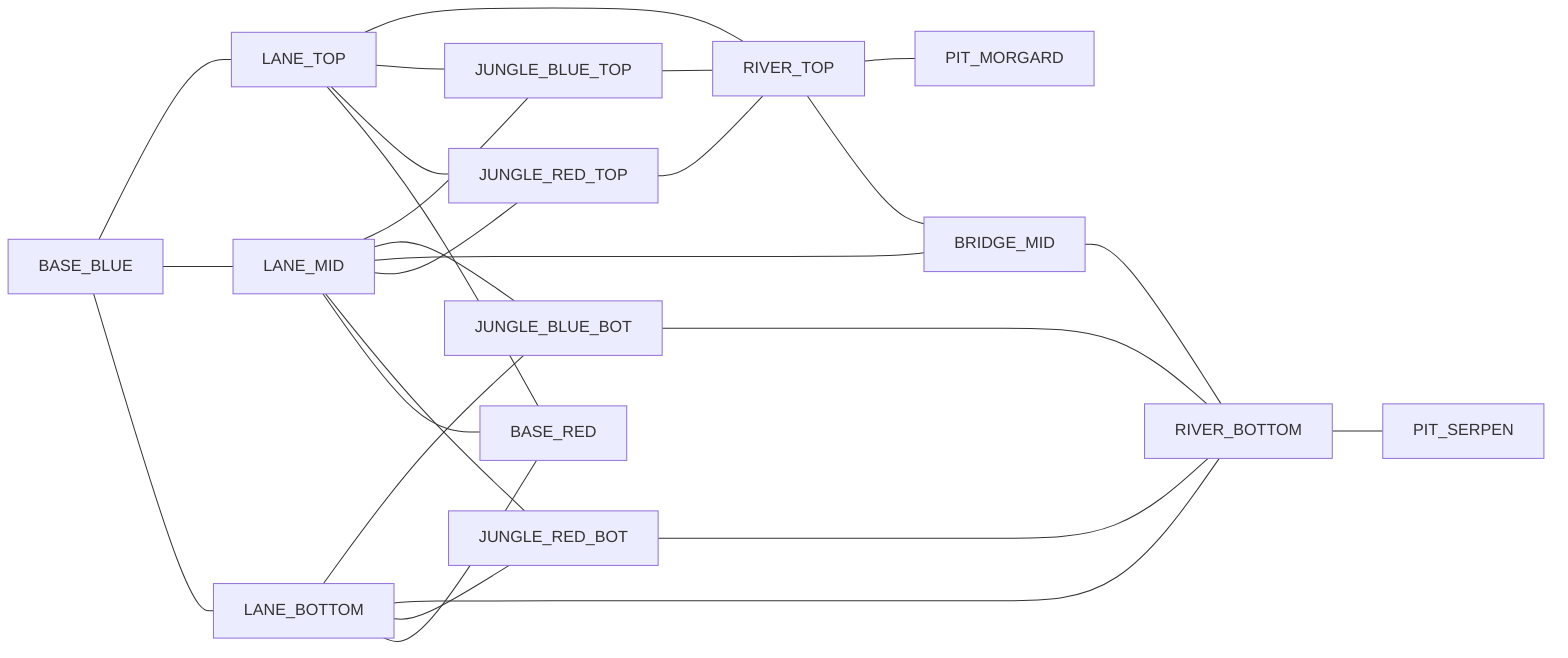
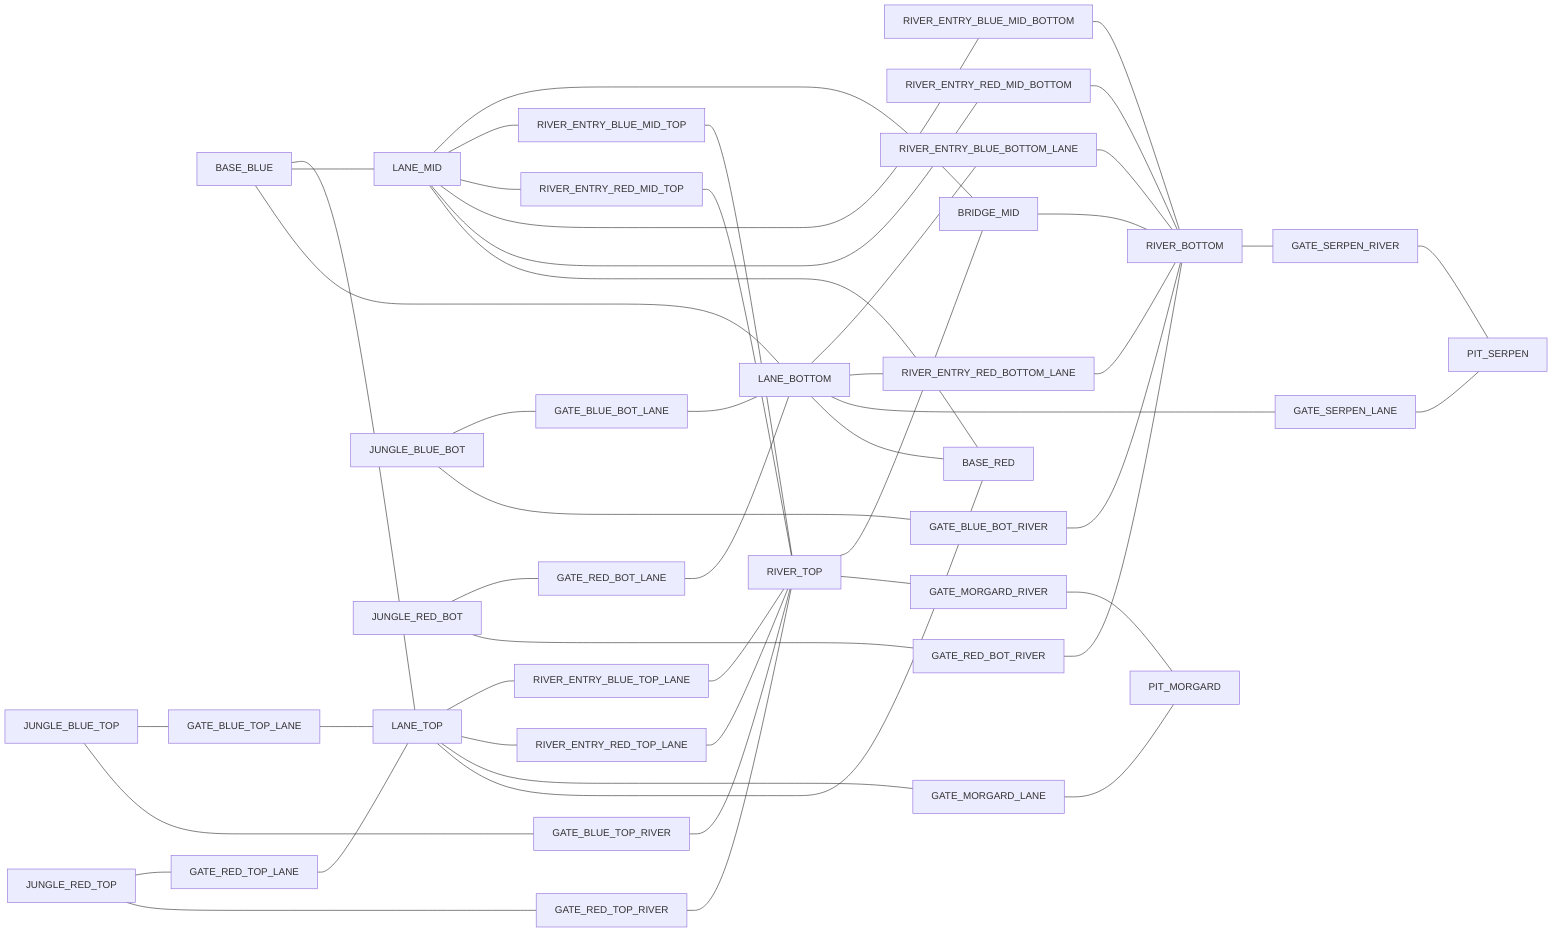
flowchart LR
    BASE_BLUE[BASE_BLUE] --- LANE_TOP[LANE_TOP]
    BASE_BLUE[BASE_BLUE] --- LANE_MID[LANE_MID]
    BASE_BLUE[BASE_BLUE] --- LANE_BOTTOM[LANE_BOTTOM]
-     LANE_TOP[LANE_TOP] --- RIVER_TOP[RIVER_TOP]
-     LANE_TOP[LANE_TOP] --- JUNGLE_BLUE_TOP[JUNGLE_BLUE_TOP]
-     LANE_TOP[LANE_TOP] --- JUNGLE_RED_TOP[JUNGLE_RED_TOP]
-     LANE_MID[LANE_MID] --- JUNGLE_BLUE_TOP[JUNGLE_BLUE_TOP]
-     LANE_MID[LANE_MID] --- JUNGLE_BLUE_BOT[JUNGLE_BLUE_BOT]
    LANE_MID[LANE_MID] --- BRIDGE_MID[BRIDGE_MID]
-     LANE_MID[LANE_MID] --- JUNGLE_RED_TOP[JUNGLE_RED_TOP]
-     LANE_MID[LANE_MID] --- JUNGLE_RED_BOT[JUNGLE_RED_BOT]
-     LANE_BOTTOM[LANE_BOTTOM] --- JUNGLE_BLUE_BOT[JUNGLE_BLUE_BOT]
-     LANE_BOTTOM[LANE_BOTTOM] --- RIVER_BOTTOM[RIVER_BOTTOM]
-     LANE_BOTTOM[LANE_BOTTOM] --- JUNGLE_RED_BOT[JUNGLE_RED_BOT]
-     RIVER_TOP[RIVER_TOP] --- PIT_MORGARD[PIT_MORGARD]
    RIVER_TOP[RIVER_TOP] --- BRIDGE_MID[BRIDGE_MID]
    BRIDGE_MID[BRIDGE_MID] --- RIVER_BOTTOM[RIVER_BOTTOM]
-     RIVER_BOTTOM[RIVER_BOTTOM] --- PIT_SERPEN[PIT_SERPEN]
-     JUNGLE_BLUE_TOP[JUNGLE_BLUE_TOP] --- RIVER_TOP[RIVER_TOP]
-     JUNGLE_BLUE_BOT[JUNGLE_BLUE_BOT] --- RIVER_BOTTOM[RIVER_BOTTOM]
-     JUNGLE_RED_TOP[JUNGLE_RED_TOP] --- RIVER_TOP[RIVER_TOP]
-     JUNGLE_RED_BOT[JUNGLE_RED_BOT] --- RIVER_BOTTOM[RIVER_BOTTOM]
+     LANE_TOP[LANE_TOP] --- RIVER_ENTRY_BLUE_TOP_LANE[RIVER_ENTRY_BLUE_TOP_LANE]
+     RIVER_ENTRY_BLUE_TOP_LANE[RIVER_ENTRY_BLUE_TOP_LANE] --- RIVER_TOP[RIVER_TOP]
+     LANE_MID[LANE_MID] --- RIVER_ENTRY_BLUE_MID_TOP[RIVER_ENTRY_BLUE_MID_TOP]
+     RIVER_ENTRY_BLUE_MID_TOP[RIVER_ENTRY_BLUE_MID_TOP] --- RIVER_TOP[RIVER_TOP]
+     LANE_TOP[LANE_TOP] --- RIVER_ENTRY_RED_TOP_LANE[RIVER_ENTRY_RED_TOP_LANE]
+     RIVER_ENTRY_RED_TOP_LANE[RIVER_ENTRY_RED_TOP_LANE] --- RIVER_TOP[RIVER_TOP]
+     LANE_MID[LANE_MID] --- RIVER_ENTRY_RED_MID_TOP[RIVER_ENTRY_RED_MID_TOP]
+     RIVER_ENTRY_RED_MID_TOP[RIVER_ENTRY_RED_MID_TOP] --- RIVER_TOP[RIVER_TOP]
+     LANE_BOTTOM[LANE_BOTTOM] --- RIVER_ENTRY_BLUE_BOTTOM_LANE[RIVER_ENTRY_BLUE_BOTTOM_LANE]
+     RIVER_ENTRY_BLUE_BOTTOM_LANE[RIVER_ENTRY_BLUE_BOTTOM_LANE] --- RIVER_BOTTOM[RIVER_BOTTOM]
+     LANE_MID[LANE_MID] --- RIVER_ENTRY_BLUE_MID_BOTTOM[RIVER_ENTRY_BLUE_MID_BOTTOM]
+     RIVER_ENTRY_BLUE_MID_BOTTOM[RIVER_ENTRY_BLUE_MID_BOTTOM] --- RIVER_BOTTOM[RIVER_BOTTOM]
+     LANE_BOTTOM[LANE_BOTTOM] --- RIVER_ENTRY_RED_BOTTOM_LANE[RIVER_ENTRY_RED_BOTTOM_LANE]
+     RIVER_ENTRY_RED_BOTTOM_LANE[RIVER_ENTRY_RED_BOTTOM_LANE] --- RIVER_BOTTOM[RIVER_BOTTOM]
+     LANE_MID[LANE_MID] --- RIVER_ENTRY_RED_MID_BOTTOM[RIVER_ENTRY_RED_MID_BOTTOM]
+     RIVER_ENTRY_RED_MID_BOTTOM[RIVER_ENTRY_RED_MID_BOTTOM] --- RIVER_BOTTOM[RIVER_BOTTOM]
+     JUNGLE_BLUE_TOP[JUNGLE_BLUE_TOP] --- GATE_BLUE_TOP_LANE[GATE_BLUE_TOP_LANE]
+     GATE_BLUE_TOP_LANE[GATE_BLUE_TOP_LANE] --- LANE_TOP[LANE_TOP]
+     JUNGLE_BLUE_TOP[JUNGLE_BLUE_TOP] --- GATE_BLUE_TOP_RIVER[GATE_BLUE_TOP_RIVER]
+     GATE_BLUE_TOP_RIVER[GATE_BLUE_TOP_RIVER] --- RIVER_TOP[RIVER_TOP]
+     JUNGLE_BLUE_BOT[JUNGLE_BLUE_BOT] --- GATE_BLUE_BOT_LANE[GATE_BLUE_BOT_LANE]
+     GATE_BLUE_BOT_LANE[GATE_BLUE_BOT_LANE] --- LANE_BOTTOM[LANE_BOTTOM]
+     JUNGLE_BLUE_BOT[JUNGLE_BLUE_BOT] --- GATE_BLUE_BOT_RIVER[GATE_BLUE_BOT_RIVER]
+     GATE_BLUE_BOT_RIVER[GATE_BLUE_BOT_RIVER] --- RIVER_BOTTOM[RIVER_BOTTOM]
+     JUNGLE_RED_TOP[JUNGLE_RED_TOP] --- GATE_RED_TOP_LANE[GATE_RED_TOP_LANE]
+     GATE_RED_TOP_LANE[GATE_RED_TOP_LANE] --- LANE_TOP[LANE_TOP]
+     JUNGLE_RED_TOP[JUNGLE_RED_TOP] --- GATE_RED_TOP_RIVER[GATE_RED_TOP_RIVER]
+     GATE_RED_TOP_RIVER[GATE_RED_TOP_RIVER] --- RIVER_TOP[RIVER_TOP]
+     JUNGLE_RED_BOT[JUNGLE_RED_BOT] --- GATE_RED_BOT_LANE[GATE_RED_BOT_LANE]
+     GATE_RED_BOT_LANE[GATE_RED_BOT_LANE] --- LANE_BOTTOM[LANE_BOTTOM]
+     JUNGLE_RED_BOT[JUNGLE_RED_BOT] --- GATE_RED_BOT_RIVER[GATE_RED_BOT_RIVER]
+     GATE_RED_BOT_RIVER[GATE_RED_BOT_RIVER] --- RIVER_BOTTOM[RIVER_BOTTOM]
+     RIVER_TOP[RIVER_TOP] --- GATE_MORGARD_RIVER[GATE_MORGARD_RIVER]
+     GATE_MORGARD_RIVER[GATE_MORGARD_RIVER] --- PIT_MORGARD[PIT_MORGARD]
+     LANE_TOP[LANE_TOP] --- GATE_MORGARD_LANE[GATE_MORGARD_LANE]
+     GATE_MORGARD_LANE[GATE_MORGARD_LANE] --- PIT_MORGARD[PIT_MORGARD]
+     RIVER_BOTTOM[RIVER_BOTTOM] --- GATE_SERPEN_RIVER[GATE_SERPEN_RIVER]
+     GATE_SERPEN_RIVER[GATE_SERPEN_RIVER] --- PIT_SERPEN[PIT_SERPEN]
+     LANE_BOTTOM[LANE_BOTTOM] --- GATE_SERPEN_LANE[GATE_SERPEN_LANE]
+     GATE_SERPEN_LANE[GATE_SERPEN_LANE] --- PIT_SERPEN[PIT_SERPEN]
    LANE_TOP[LANE_TOP] --- BASE_RED[BASE_RED]
    LANE_MID[LANE_MID] --- BASE_RED[BASE_RED]
    LANE_BOTTOM[LANE_BOTTOM] --- BASE_RED[BASE_RED]
